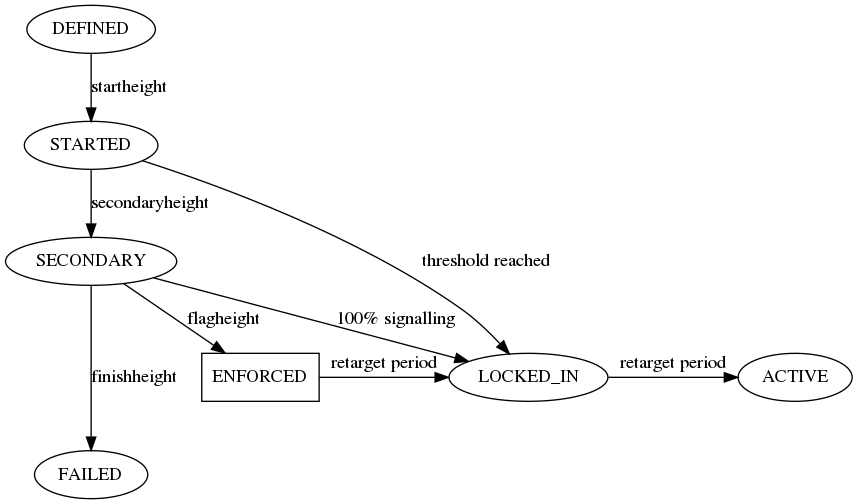
This is bip-sigsf/states.png from ajtowns/bips, a Graphviz export, as it was before one commit. Its source is kept beside it as bip-sigsf/states.dot. The source it was exported from:
```dot
digraph {
  "rankdir"="TD";

  "DEFINED" -> "STARTED" [label="startheight"];
  "STARTED" -> "SECONDARY" [label="secondaryheight"];

  "STARTED" -> "LOCKED_IN" [label="threshold reached"];
  "SECONDARY" -> "LOCKED_IN" [label="100% signalling"];

  "SECONDARY" -> "FAILED" [label="finishheight"];

  "ENFORCED" [shape=box];
  "SECONDARY" -> "ENFORCED" [label="flagheight"];
  "ENFORCED" -> "LOCKED_IN" [label="retarget period"];

  "LOCKED_IN" -> "ACTIVE" [label="retarget period"];
  "ENFORCED" -> "FAILED" -> "LOCKED_IN" [style=invis];
  { rank=same; "ENFORCED" "LOCKED_IN"; "ACTIVE"; }

  "DEFINED" [group="time"];
  "STARTED" [group="time"];
  "SECONDARY" [group="time"];
  "FAILED" [group="time"];
}
```
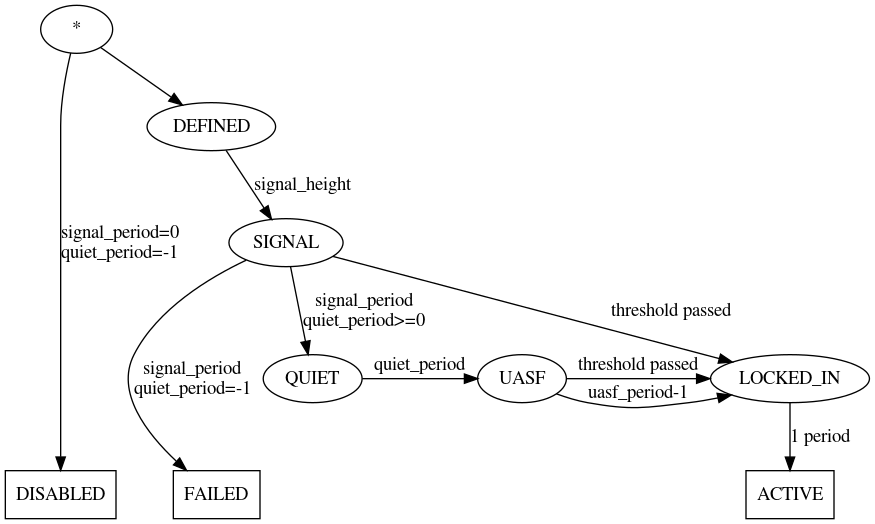
Later version of the same file.

The edit, as a diff of the source:
```diff
@@ -1,24 +1,27 @@
 digraph {
   "rankdir"="TD";
 
-  "DEFINED" -> "STARTED" [label="startheight"];
-  "STARTED" -> "SECONDARY" [label="secondaryheight"];
+  "*" -> "DISABLED" [label="signal_period=0\nquiet_period=-1"];
+  "*" -> "DEFINED";
 
-  "STARTED" -> "LOCKED_IN" [label="threshold reached"];
-  "SECONDARY" -> "LOCKED_IN" [label="100% signalling"];
+  "DEFINED" -> "SIGNAL" [label="signal_height"];
+  "SIGNAL" -> "FAILED" [label="signal_period\nquiet_period=-1"];
+  "SIGNAL" -> "LOCKED_IN" [label="threshold passed"];
+  "LOCKED_IN" -> "ACTIVE" [label="1 period"];
 
-  "SECONDARY" -> "FAILED" [label="finishheight"];
+  "SIGNAL" -> "QUIET" [label="signal_period\nquiet_period>=0"];
+  "QUIET" -> "UASF" [label="quiet_period"];
+  "UASF" -> "LOCKED_IN" [label="threshold passed"];
+  "UASF" -> "LOCKED_IN" [label="uasf_period-1"];
 
-  "ENFORCED" [shape=box];
-  "SECONDARY" -> "ENFORCED" [label="flagheight"];
-  "ENFORCED" -> "LOCKED_IN" [label="retarget period"];
+  "DISABLED" [shape=box];
+  "FAILED" [shape=box];
+  "ACTIVE" [shape=box];
 
-  "LOCKED_IN" -> "ACTIVE" [label="retarget period"];
-  "ENFORCED" -> "FAILED" -> "LOCKED_IN" [style=invis];
-  { rank=same; "ENFORCED" "LOCKED_IN"; "ACTIVE"; }
+  "QUIET" -> "UASF" [style=invis];
+  "QUIET" -> "FAILED" [style=invis];
 
-  "DEFINED" [group="time"];
-  "STARTED" [group="time"];
-  "SECONDARY" [group="time"];
-  "FAILED" [group="time"];
+  { rank=same; "QUIET" "UASF" "LOCKED_IN"; }
+  { rank=same; "DISABLED" "FAILED" "ACTIVE"; }
+
 }
```
